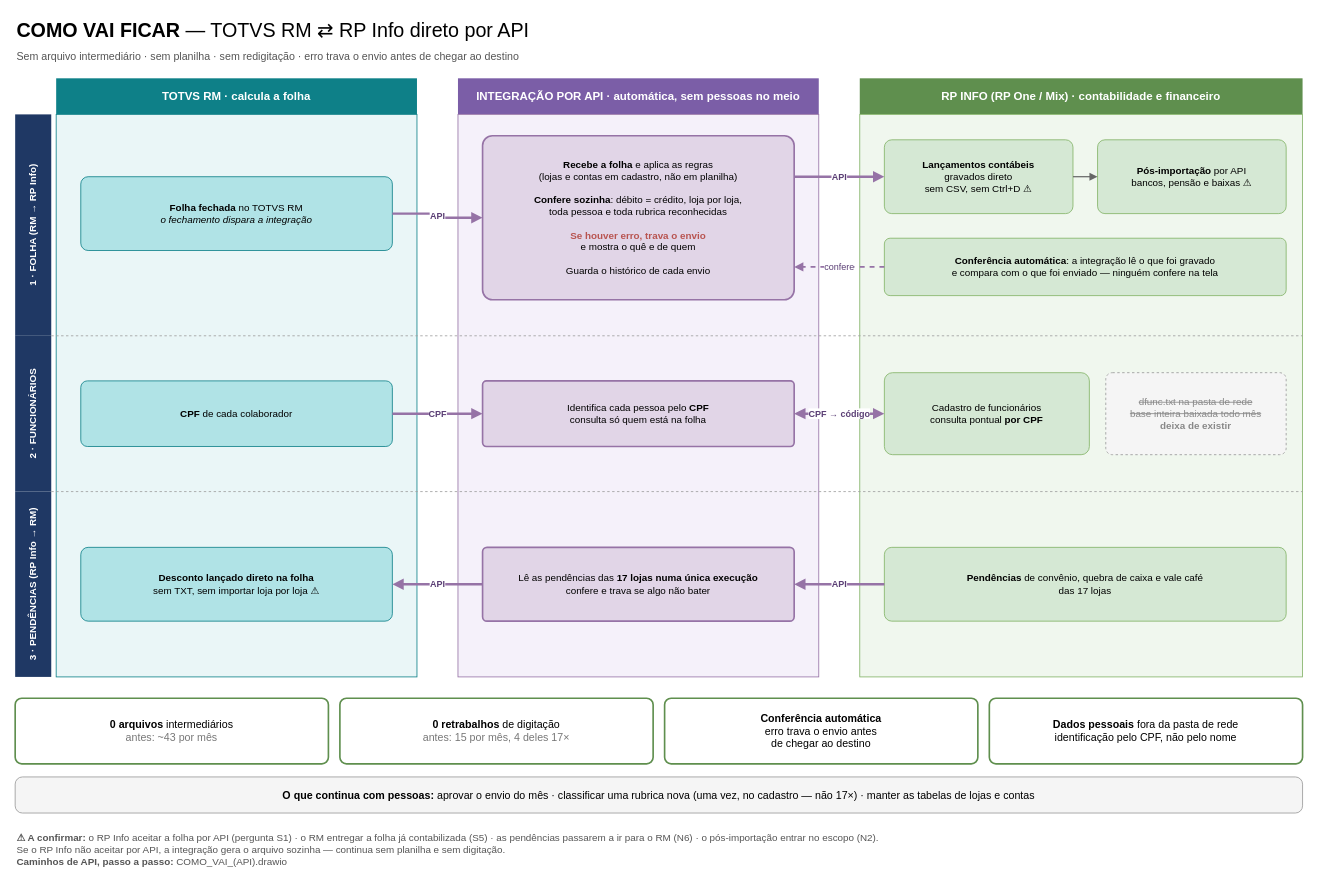
Above: 6-Desenho Final/COMO_VAI_(SIMPLES).drawio in MathGonc/Nunes (draw.io), before the change. Source tidied: cells renumbered, new cells numbered last; positions are measured from the earlier drawing's top-left corner, leaving out a move shared by most shapes. Both pictures are drawn from the tidied source at 82%, with x=0, y=0 at pixel (15, 14).
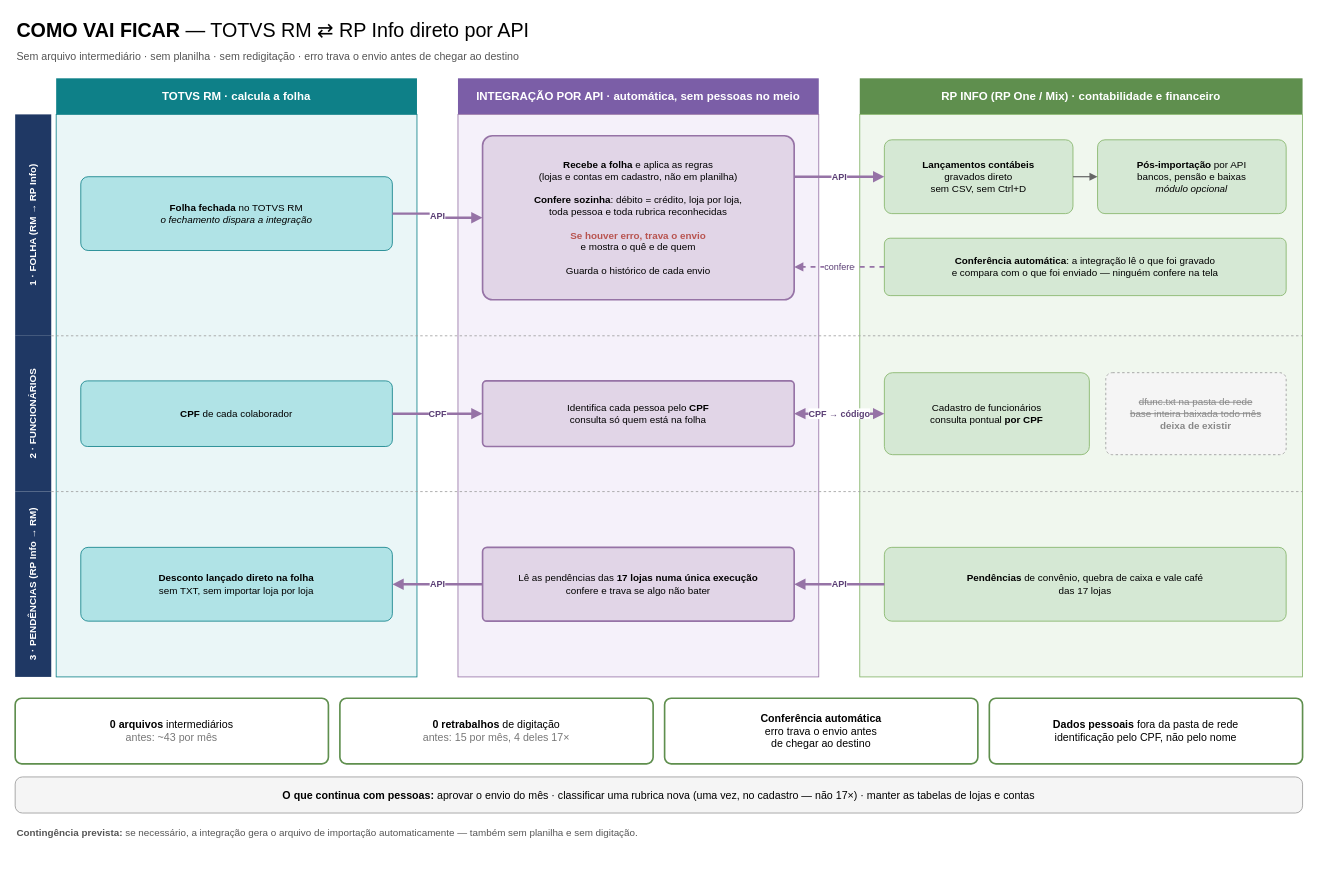
After the change.

What changed in the source:
```diff
@@
-    <mxCell id="17" value="&lt;b&gt;Lançamentos contábeis&lt;/b&gt;&lt;br&gt;gravados direto&lt;br&gt;sem CSV, sem Ctrl+D ⚠" style="rounded=1;arcSize=10;whiteSpace=wrap;html=1;fontFamily=Helvetica;fontSize=12;fillColor=#d5e8d4;strokeColor=#82b366;" parent="1" vertex="1">
+    <mxCell id="17" value="&lt;b&gt;Lançamentos contábeis&lt;/b&gt;&lt;br&gt;gravados direto&lt;br&gt;sem CSV, sem Ctrl+D" style="rounded=1;arcSize=10;whiteSpace=wrap;html=1;fontFamily=Helvetica;fontSize=12;fillColor=#d5e8d4;strokeColor=#82b366;" parent="1" vertex="1">
       <mxGeometry x="1060" y="153" width="230" height="90" as="geometry" />
     </mxCell>
-    <mxCell id="18" value="&lt;b&gt;Pós-importação&lt;/b&gt; por API&lt;br&gt;bancos, pensão e baixas ⚠" style="rounded=1;arcSize=10;whiteSpace=wrap;html=1;fontFamily=Helvetica;fontSize=12;fillColor=#d5e8d4;strokeColor=#82b366;" parent="1" vertex="1">
+    <mxCell id="18" value="&lt;b&gt;Pós-importação&lt;/b&gt; por API&lt;br&gt;bancos, pensão e baixas&lt;br&gt;&lt;i&gt;módulo opcional&lt;/i&gt;" style="rounded=1;arcSize=10;whiteSpace=wrap;html=1;fontFamily=Helvetica;fontSize=12;fillColor=#d5e8d4;strokeColor=#82b366;" parent="1" vertex="1">
       <mxGeometry x="1320" y="153" width="230" height="90" as="geometry" />
     </mxCell>
@@
-    <mxCell id="32" value="&lt;b&gt;Desconto lançado direto na folha&lt;/b&gt;&lt;br&gt;sem TXT, sem importar loja por loja ⚠" style="rounded=1;arcSize=10;whiteSpace=wrap;html=1;fontFamily=Helvetica;fontSize=12;fillColor=#b0e3e6;strokeColor=#0e8088;" parent="1" vertex="1">
+    <mxCell id="32" value="&lt;b&gt;Desconto lançado direto na folha&lt;/b&gt;&lt;br&gt;sem TXT, sem importar loja por loja" style="rounded=1;arcSize=10;whiteSpace=wrap;html=1;fontFamily=Helvetica;fontSize=12;fillColor=#b0e3e6;strokeColor=#0e8088;" parent="1" vertex="1">
       <mxGeometry x="80" y="650" width="380" height="90" as="geometry" />
     </mxCell>
@@
-    <mxCell id="40" value="&lt;b&gt;⚠ A confirmar:&lt;/b&gt; o RP Info aceitar a folha por API (pergunta S1) · o RM entregar a folha já contabilizada (S5) · as pendências passarem a ir para o RM (N6) · o pós-importação entrar no escopo (N2).&lt;br&gt;Se o RP Info não aceitar por API, a integração gera o arquivo sozinha — continua sem planilha e sem digitação.&lt;br&gt;&lt;b&gt;Caminhos de API, passo a passo:&lt;/b&gt; COMO_VAI_(API).drawio" style="text;html=1;align=left;verticalAlign=middle;strokeColor=none;fillColor=none;fontSize=12;whiteSpace=wrap;fontSize=12;fontColor=#555555;" parent="1" vertex="1">
-      <mxGeometry y="984" width="1570" height="70" as="geometry" />
+    <mxCell id="40" value="&lt;b&gt;Contingência prevista:&lt;/b&gt; se necessário, a integração gera o arquivo de importação automaticamente — também sem planilha e sem digitação." style="text;html=1;align=left;verticalAlign=middle;strokeColor=none;fillColor=none;fontSize=12;whiteSpace=wrap;fontSize=12;fontColor=#555555;" parent="1" vertex="1">
+      <mxGeometry y="984" width="1570" height="30" as="geometry" />
     </mxCell>
```
